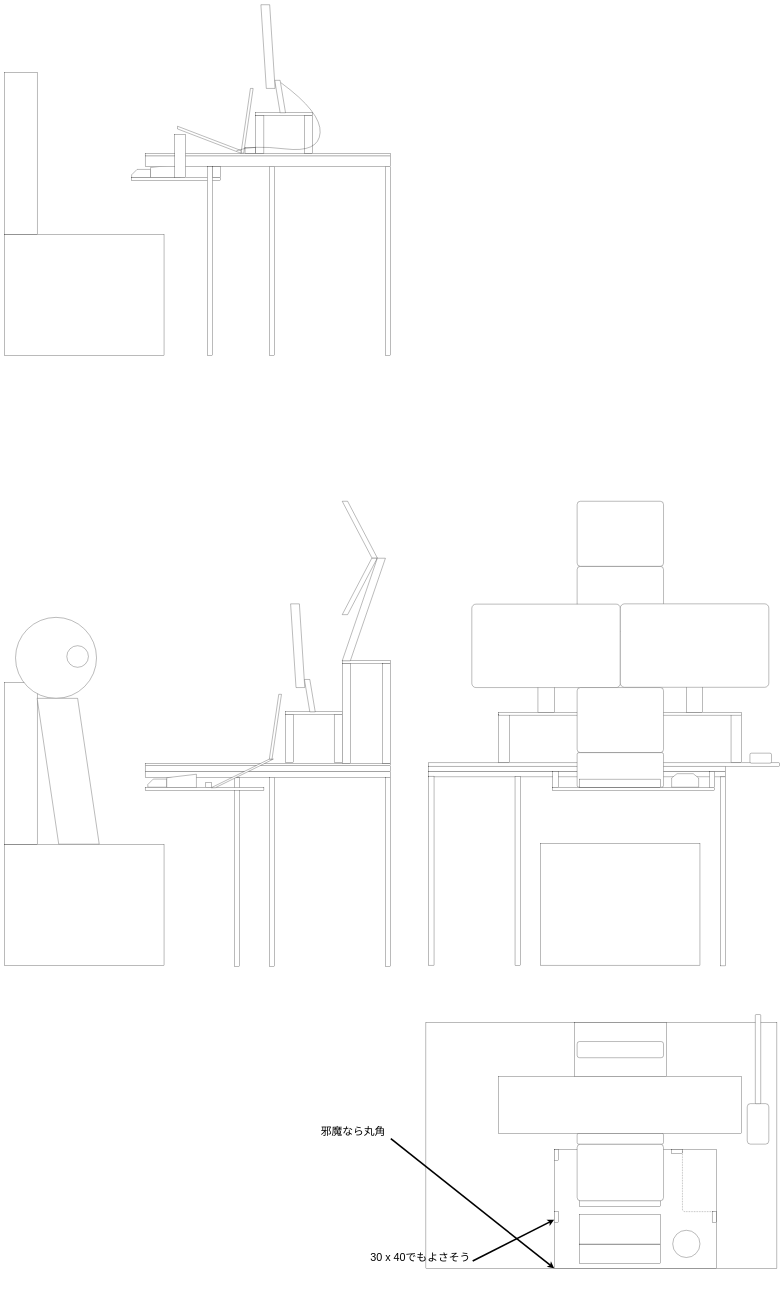
Earlier version of the draw.io diagram table.drawio (sendo-kakeru/diy). Source tidied: cells renumbered, new cells numbered last; positions are measured from the earlier drawing's top-left corner, leaving out a move shared by most shapes. Both pictures are drawn from the tidied source at 27%, with x=0, y=0 at pixel (5, 5).
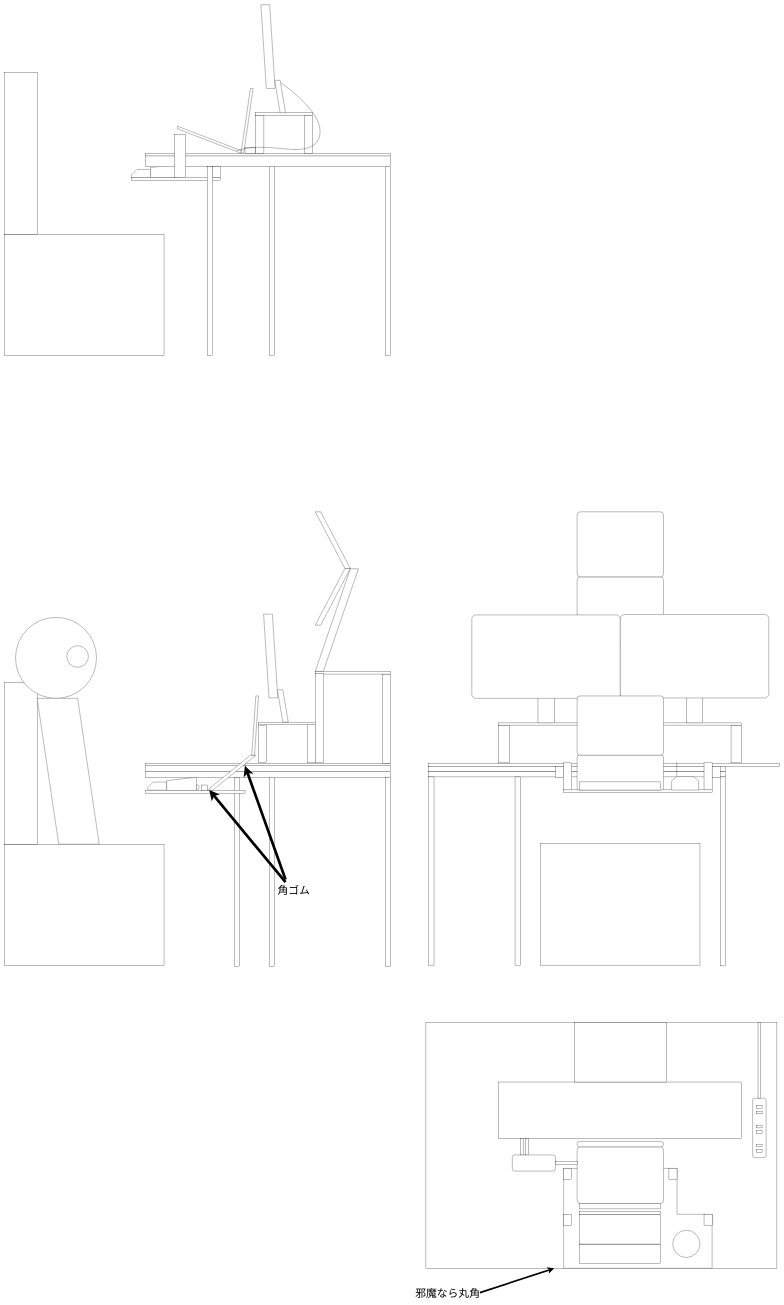
The same diagram, later.

Commit message (it also covers changes not shown here):
細部の数値の微調整

The edit, as a diff of the source:
```diff
@@
+    <mxCell id="3" style="rounded=0;whiteSpace=wrap;html=1;fillColor=default;flipH=0;" parent="1" vertex="1">
+      <mxGeometry x="1560" y="3770" width="1300" height="910" as="geometry" />
+    </mxCell>
+    <mxCell id="97" style="shape=corner;whiteSpace=wrap;html=1;dx=420;dy=200;flipV=1;" parent="1" vertex="1">
+      <mxGeometry x="2070" y="4310" width="550" height="370" as="geometry" />
+    </mxCell>
     <mxCell id="2" style="rounded=1;whiteSpace=wrap;html=1;fillColor=default;spacing=2;arcSize=5;flipH=0;" parent="1" vertex="1">
-      <mxGeometry x="2120" y="2080" width="320" height="241" as="geometry" />
+      <mxGeometry x="2120" y="2119" width="320" height="241" as="geometry" />
     </mxCell>
-    <mxCell id="3" style="rounded=0;whiteSpace=wrap;html=1;fillColor=default;flipH=0;" parent="1" vertex="1">
-      <mxGeometry x="1560" y="3770" width="1300" height="910" as="geometry" />
-    </mxCell>
-    <mxCell id="4" style="rounded=0;whiteSpace=wrap;html=1;fillColor=default;" parent="1" vertex="1">
-      <mxGeometry x="2035" y="4240" width="600" height="440" as="geometry" />
-    </mxCell>
@@
     <mxCell id="6" style="rounded=0;whiteSpace=wrap;html=1;fillColor=default;flipH=0;" parent="1" vertex="1">
-      <mxGeometry x="1570" y="2808" width="1300" height="12" as="geometry" />
+      <mxGeometry x="1570" y="2809" width="1300" height="12" as="geometry" />
     </mxCell>
     <mxCell id="7" style="rounded=0;whiteSpace=wrap;html=1;fillColor=default;flipH=0;" parent="1" vertex="1">
-      <mxGeometry x="1570" y="2820" width="1100" height="20" as="geometry" />
+      <mxGeometry x="1570" y="2821" width="1100" height="20" as="geometry" />
     </mxCell>
     <mxCell id="8" style="rounded=0;whiteSpace=wrap;html=1;fillColor=default;flipH=0;" parent="1" vertex="1">
-      <mxGeometry x="1570" y="2840" width="1100" height="20" as="geometry" />
+      <mxGeometry x="1570" y="2841" width="1100" height="19" as="geometry" />
     </mxCell>
@@
     <mxCell id="31" style="shape=card;whiteSpace=wrap;html=1;size=20;" parent="1" vertex="1">
-      <mxGeometry x="530" y="2868" width="70" height="30" as="geometry" />
+      <mxGeometry x="530" y="2879" width="70" height="30" as="geometry" />
     </mxCell>
     <mxCell id="32" style="shape=manualInput;whiteSpace=wrap;html=1;size=13;" parent="1" vertex="1">
-      <mxGeometry x="600" y="2850" width="110" height="50" as="geometry" />
+      <mxGeometry x="600" y="2861" width="110" height="50" as="geometry" />
     </mxCell>
     <mxCell id="33" style="rounded=0;whiteSpace=wrap;html=1;" parent="1" vertex="1">
-      <mxGeometry x="520" y="2899" width="440" height="10" as="geometry" />
+      <mxGeometry x="520" y="2910" width="370" height="10" as="geometry" />
     </mxCell>
@@
-    <mxCell id="40" style="shape=parallelogram;perimeter=parallelogramPerimeter;whiteSpace=wrap;html=1;fixedSize=1;size=215;" parent="1" vertex="1">
-      <mxGeometry x="765" y="2794" width="230" height="106" as="geometry" />
+    <mxCell id="40" style="shape=parallelogram;perimeter=parallelogramPerimeter;whiteSpace=wrap;html=1;fixedSize=1;size=160;" parent="1" vertex="1">
+      <mxGeometry x="750" y="2780" width="180" height="129" as="geometry" />
     </mxCell>
     <mxCell id="41" style="rounded=0;whiteSpace=wrap;html=1;" parent="1" vertex="1">
-      <mxGeometry x="745" y="2880" width="20" height="20" as="geometry" />
+      <mxGeometry x="730" y="2890" width="20" height="20" as="geometry" />
     </mxCell>
-    <mxCell id="42" style="shape=parallelogram;perimeter=parallelogramPerimeter;whiteSpace=wrap;html=1;fixedSize=1;size=35;" parent="1" vertex="1">
-      <mxGeometry x="980" y="2554" width="45" height="240" as="geometry" />
+    <mxCell id="42" style="shape=parallelogram;perimeter=parallelogramPerimeter;whiteSpace=wrap;html=1;fixedSize=1;size=15;" parent="1" vertex="1">
+      <mxGeometry x="915" y="2560" width="25" height="220" as="geometry" />
     </mxCell>
@@
     <mxCell id="46" style="rounded=0;whiteSpace=wrap;html=1;" parent="1" vertex="1">
-      <mxGeometry x="1040" y="2630" width="30" height="176" as="geometry" />
+      <mxGeometry x="940" y="2668" width="30" height="139" as="geometry" />
     </mxCell>
     <mxCell id="47" style="rounded=0;whiteSpace=wrap;html=1;" parent="1" vertex="1">
-      <mxGeometry x="1220" y="2630" width="30" height="176" as="geometry" />
+      <mxGeometry x="1120" y="2667" width="30" height="141" as="geometry" />
     </mxCell>
     <mxCell id="48" style="rounded=0;whiteSpace=wrap;html=1;fillColor=default;" parent="1" vertex="1">
-      <mxGeometry x="1040" y="2619" width="210" height="10" as="geometry" />
+      <mxGeometry x="940" y="2657" width="210" height="10" as="geometry" />
     </mxCell>
     <mxCell id="49" style="shape=parallelogram;perimeter=parallelogramPerimeter;whiteSpace=wrap;html=1;fixedSize=1;fillColor=default;flipH=1;" parent="1" vertex="1">
-      <mxGeometry x="1110" y="2499" width="40" height="120" as="geometry" />
+      <mxGeometry x="1010" y="2537" width="40" height="120" as="geometry" />
     </mxCell>
     <mxCell id="50" style="shape=parallelogram;perimeter=parallelogramPerimeter;whiteSpace=wrap;html=1;fixedSize=1;fillColor=default;flipH=1;" parent="1" vertex="1">
-      <mxGeometry x="1058.8" y="2219" width="52.5" height="310" as="geometry" />
+      <mxGeometry x="958.8" y="2257" width="52.5" height="310" as="geometry" />
     </mxCell>
@@
     <mxCell id="53" style="rounded=0;whiteSpace=wrap;html=1;fillColor=default;flipH=0;" parent="1" vertex="1">
-      <mxGeometry x="1830" y="2630" width="40" height="176" as="geometry" />
+      <mxGeometry x="1830" y="2668" width="40" height="140" as="geometry" />
     </mxCell>
     <mxCell id="54" style="rounded=0;whiteSpace=wrap;html=1;fillColor=default;flipH=0;" parent="1" vertex="1">
-      <mxGeometry x="2690" y="2630" width="40" height="176" as="geometry" />
+      <mxGeometry x="2690" y="2668" width="40" height="140" as="geometry" />
     </mxCell>
     <mxCell id="55" style="rounded=0;whiteSpace=wrap;html=1;fillColor=default;flipH=0;" parent="1" vertex="1">
-      <mxGeometry x="1830" y="2621" width="900" height="10" as="geometry" />
+      <mxGeometry x="1830" y="2660" width="900" height="8" as="geometry" />
     </mxCell>
     <mxCell id="56" style="rounded=0;whiteSpace=wrap;html=1;fillColor=default;flipH=0;" parent="1" vertex="1">
-      <mxGeometry x="1975" y="2499" width="60" height="122" as="geometry" />
+      <mxGeometry x="1975" y="2536" width="60" height="124" as="geometry" />
     </mxCell>
     <mxCell id="57" style="rounded=1;whiteSpace=wrap;html=1;fillColor=default;arcSize=5;flipH=0;" parent="1" vertex="1">
-      <mxGeometry x="1730" y="2220" width="550" height="309" as="geometry" />
+      <mxGeometry x="1730" y="2260" width="550" height="309" as="geometry" />
     </mxCell>
     <mxCell id="58" style="rounded=0;whiteSpace=wrap;html=1;fillColor=default;flipH=0;" parent="1" vertex="1">
-      <mxGeometry x="2525" y="2498" width="60" height="123" as="geometry" />
+      <mxGeometry x="2525" y="2535" width="60" height="125" as="geometry" />
     </mxCell>
     <mxCell id="59" style="rounded=1;whiteSpace=wrap;html=1;fillColor=default;arcSize=5;flipH=0;" parent="1" vertex="1">
-      <mxGeometry x="2280" y="2219" width="550" height="309" as="geometry" />
+      <mxGeometry x="2280" y="2258.5" width="550" height="309" as="geometry" />
     </mxCell>
     <mxCell id="60" style="rounded=1;whiteSpace=wrap;html=1;fillColor=default;spacing=2;arcSize=5;flipH=0;" parent="1" vertex="1">
-      <mxGeometry x="2120" y="2529" width="320" height="241" as="geometry" />
+      <mxGeometry x="2120" y="2560" width="320" height="220" as="geometry" />
     </mxCell>
     <mxCell id="61" style="rounded=0;whiteSpace=wrap;html=1;" parent="1" vertex="1">
-      <mxGeometry x="1890" y="2858" width="20" height="700" as="geometry" />
+      <mxGeometry x="1890" y="2860" width="20" height="698" as="geometry" />
     </mxCell>
     <mxCell id="62" style="rounded=0;whiteSpace=wrap;html=1;" parent="1" vertex="1">
-      <mxGeometry x="1570" y="2857" width="20" height="700" as="geometry" />
+      <mxGeometry x="1570" y="2860" width="20" height="697" as="geometry" />
     </mxCell>
     <mxCell id="63" style="rounded=0;whiteSpace=wrap;html=1;flipH=0;" parent="1" vertex="1">
-      <mxGeometry x="2030" y="2900" width="600" height="10" as="geometry" />
+      <mxGeometry x="2070" y="2908" width="550" height="10" as="geometry" />
     </mxCell>
     <mxCell id="64" style="shape=loopLimit;whiteSpace=wrap;html=1;flipH=0;" parent="1" vertex="1">
-      <mxGeometry x="2470" y="2848" width="100" height="50" as="geometry" />
+      <mxGeometry x="2470" y="2858.5" width="100" height="50" as="geometry" />
     </mxCell>
     <mxCell id="65" style="rounded=1;whiteSpace=wrap;html=1;fillColor=default;spacing=2;arcSize=5;flipH=0;" parent="1" vertex="1">
-      <mxGeometry x="2120" y="2770" width="320" height="128" as="geometry" />
+      <mxGeometry x="2120" y="2780" width="320" height="128.5" as="geometry" />
     </mxCell>
     <mxCell id="66" style="rounded=0;whiteSpace=wrap;html=1;flipH=0;" parent="1" vertex="1">
-      <mxGeometry x="2130" y="2868" width="300" height="30" as="geometry" />
+      <mxGeometry x="2130" y="2878.5" width="300" height="30" as="geometry" />
     </mxCell>
     <mxCell id="67" style="rounded=0;whiteSpace=wrap;html=1;fillColor=default;" parent="1" vertex="1">
-      <mxGeometry x="2030" y="2840" width="20" height="60" as="geometry" />
+      <mxGeometry x="2070" y="2808" width="30" height="100" as="geometry" />
     </mxCell>
     <mxCell id="68" style="rounded=0;whiteSpace=wrap;html=1;fillColor=default;flipH=0;" parent="1" vertex="1">
-      <mxGeometry x="2610" y="2840" width="20" height="60" as="geometry" />
+      <mxGeometry x="2590" y="2808" width="30" height="100" as="geometry" />
     </mxCell>
@@
     <mxCell id="71" style="rounded=0;whiteSpace=wrap;html=1;fillColor=default;" parent="1" vertex="1">
-      <mxGeometry x="2130" y="4430" width="300" height="20" as="geometry" />
+      <mxGeometry x="2130" y="4440" width="300" height="20" as="geometry" />
     </mxCell>
     <mxCell id="72" style="rounded=1;whiteSpace=wrap;html=1;fillColor=default;arcSize=6;" parent="1" vertex="1">
-      <mxGeometry x="2120" y="4220" width="320" height="210" as="geometry" />
+      <mxGeometry x="2120" y="4230" width="320" height="210" as="geometry" />
     </mxCell>
-    <mxCell id="73" style="rounded=1;whiteSpace=wrap;html=1;fillColor=default;" parent="1" vertex="1">
-      <mxGeometry x="2760" y="2772" width="80" height="37" as="geometry" />
-    </mxCell>
-    <mxCell id="74" style="rounded=1;whiteSpace=wrap;html=1;fillColor=default;" parent="1" vertex="1">
-      <mxGeometry x="2120" y="4180" width="320" height="40" as="geometry" />
+    <mxCell id="74" style="rounded=1;whiteSpace=wrap;html=1;fillColor=default;arcSize=50;" parent="1" vertex="1">
+      <mxGeometry x="2120" y="4210" width="320" height="20" as="geometry" />
     </mxCell>
@@
-    <mxCell id="76" style="rounded=0;whiteSpace=wrap;html=1;fillColor=default;" parent="1" vertex="1">
-      <mxGeometry x="2035" y="4470" width="15" height="40" as="geometry" />
-    </mxCell>
-    <mxCell id="77" style="rounded=0;whiteSpace=wrap;html=1;fillColor=default;" parent="1" vertex="1">
-      <mxGeometry x="2470" y="4240" width="40" height="15" as="geometry" />
-    </mxCell>
-    <mxCell id="78" style="endArrow=none;dashed=1;html=1;rounded=1;" parent="1" edge="1">
-      <mxGeometry relative="1" as="geometry">
-        <mxPoint x="2628" y="4470" as="sourcePoint" />
-        <mxPoint x="2510" y="4240" as="targetPoint" />
-        <Array as="points">
-          <mxPoint x="2510" y="4470" />
-        </Array>
-      </mxGeometry>
-    </mxCell>
     <mxCell id="79" style="rounded=0;whiteSpace=wrap;html=1;fillColor=default;" parent="1" vertex="1">
-      <mxGeometry x="2035" y="4240" width="15" height="40" as="geometry" />
+      <mxGeometry x="2070" y="4310" width="30" height="40" as="geometry" />
     </mxCell>
-    <mxCell id="80" style="rounded=0;whiteSpace=wrap;html=1;fillColor=default;" parent="1" vertex="1">
-      <mxGeometry x="2620" y="4470" width="15" height="40" as="geometry" />
-    </mxCell>
     <mxCell id="81" style="rounded=0;whiteSpace=wrap;html=1;fillColor=default;" parent="1" vertex="1">
-      <mxGeometry x="1830" y="3970" width="900" height="210" as="geometry" />
+      <mxGeometry x="1830" y="3990" width="900" height="210" as="geometry" />
     </mxCell>
-    <mxCell id="82" style="rounded=1;whiteSpace=wrap;html=1;fillColor=default;" parent="1" vertex="1">
-      <mxGeometry x="2750" y="4070" width="80" height="150" as="geometry" />
-    </mxCell>
-    <mxCell id="83" style="rounded=1;whiteSpace=wrap;html=1;fontSize=40;fillColor=default;" parent="1" vertex="1">
-      <mxGeometry x="2780" y="3740" width="20" height="330" as="geometry" />
-    </mxCell>
-    <mxCell id="84" style="endArrow=classic;html=1;rounded=1;strokeWidth=6;fontSize=40;jumpSize=6;exitX=0.998;exitY=0.716;exitDx=0;exitDy=0;exitPerimeter=0;entryX=0;entryY=0.75;entryDx=0;entryDy=0;" parent="1" edge="1" source="85" target="76">
-      <mxGeometry relative="1" as="geometry" />
-    </mxCell>
-    <mxCell id="85" value="30 x 40でもよさそう" style="text;html=1;align=center;verticalAlign=middle;points=[];strokeColor=none;fillColor=none;fontSize=40;" parent="1" vertex="1">
-      <mxGeometry x="1344" y="4610" width="390" height="60" as="geometry" />
-    </mxCell>
-    <mxCell id="86" style="endArrow=classic;html=1;rounded=1;strokeWidth=6;fontSize=40;jumpSize=6;entryX=0;entryY=1;entryDx=0;entryDy=0;" parent="1" edge="1" target="4">
+    <mxCell id="86" style="endArrow=classic;html=1;rounded=1;strokeWidth=6;fontSize=40;jumpSize=6;entryX=0;entryY=1;entryDx=0;entryDy=0;" parent="1" edge="1">
       <mxGeometry relative="1" as="geometry">
-        <mxPoint x="1430" y="4200" as="sourcePoint" />
+        <mxPoint x="1760" y="4770" as="sourcePoint" />
+        <mxPoint x="2035" y="4680" as="targetPoint" />
       </mxGeometry>
     </mxCell>
     <mxCell id="87" value="邪魔なら丸角" style="text;html=1;align=center;verticalAlign=middle;strokeColor=none;fillColor=none;fontSize=40;" parent="1" vertex="1">
-      <mxGeometry x="1160" y="4140" width="260" height="60" as="geometry" />
+      <mxGeometry x="1510" y="4740" width="260" height="60" as="geometry" />
     </mxCell>
     <mxCell id="88" style="rounded=0;whiteSpace=wrap;html=1;fontSize=40;fillColor=default;" parent="1" vertex="1">
-      <mxGeometry x="1250" y="2430" width="180" height="10" as="geometry" />
+      <mxGeometry x="1150" y="2469" width="280" height="10" as="geometry" />
     </mxCell>
     <mxCell id="89" style="shape=parallelogram;perimeter=parallelogramPerimeter;whiteSpace=wrap;html=1;fixedSize=1;fontSize=40;fillColor=default;size=110;" parent="1" vertex="1">
-      <mxGeometry x="1250" y="2049" width="130" height="210" as="geometry" />
+      <mxGeometry x="1150" y="2088" width="130" height="210" as="geometry" />
     </mxCell>
     <mxCell id="90" style="shape=parallelogram;perimeter=parallelogramPerimeter;whiteSpace=wrap;html=1;fixedSize=1;fontSize=40;fillColor=default;size=110;flipH=1;" parent="1" vertex="1">
-      <mxGeometry x="1250" y="1839" width="130" height="210" as="geometry" />
+      <mxGeometry x="1150" y="1878" width="130" height="210" as="geometry" />
     </mxCell>
     <mxCell id="91" style="rounded=0;whiteSpace=wrap;html=1;" parent="1" vertex="1">
-      <mxGeometry x="1250" y="2440" width="30" height="370" as="geometry" />
+      <mxGeometry x="1150" y="2478" width="30" height="330" as="geometry" />
     </mxCell>
     <mxCell id="92" style="rounded=0;whiteSpace=wrap;html=1;" parent="1" vertex="1">
-      <mxGeometry x="1400" y="2440" width="30" height="369" as="geometry" />
+      <mxGeometry x="1400" y="2480" width="30" height="329" as="geometry" />
     </mxCell>
     <mxCell id="93" style="rounded=1;whiteSpace=wrap;html=1;fillColor=default;spacing=2;arcSize=5;flipH=0;" parent="1" vertex="1">
-      <mxGeometry x="2120" y="1839" width="320" height="241" as="geometry" />
+      <mxGeometry x="2120" y="1878" width="320" height="241" as="geometry" />
     </mxCell>
     <mxCell id="94" style="rounded=0;whiteSpace=wrap;html=1;fontSize=40;fillColor=default;" parent="1" vertex="1">
-      <mxGeometry x="2110" y="3770" width="340" height="200" as="geometry" />
+      <mxGeometry x="2110" y="3770" width="340" height="220" as="geometry" />
     </mxCell>
-    <mxCell id="95" style="rounded=1;whiteSpace=wrap;html=1;fontSize=40;fillColor=default;" parent="1" vertex="1">
-      <mxGeometry x="2120" y="3840" width="320" height="60" as="geometry" />
-    </mxCell>
     <mxCell id="96" style="shape=parallelogram;perimeter=parallelogramPerimeter;whiteSpace=wrap;html=1;fixedSize=1;fontSize=40;fillColor=default;size=130;" parent="1" vertex="1">
-      <mxGeometry x="1250" y="2050" width="160" height="380" as="geometry" />
+      <mxGeometry x="1150" y="2089" width="160" height="380" as="geometry" />
     </mxCell>
+    <mxCell id="98" style="shape=or;whiteSpace=wrap;html=1;" parent="1" vertex="1">
+      <mxGeometry x="710" y="2889" width="10" height="20" as="geometry" />
+    </mxCell>
+    <mxCell id="99" style="endArrow=none;html=1;" parent="1" edge="1">
+      <mxGeometry relative="1" as="geometry">
+        <mxPoint x="890" y="2861" as="sourcePoint" />
+        <mxPoint x="890" y="2811" as="targetPoint" />
+      </mxGeometry>
+    </mxCell>
+    <mxCell id="100" style="endArrow=none;html=1;" parent="1" edge="1">
+      <mxGeometry relative="1" as="geometry">
+        <mxPoint x="2488.9" y="2857" as="sourcePoint" />
+        <mxPoint x="2488.9" y="2805" as="targetPoint" />
+      </mxGeometry>
+    </mxCell>
+    <mxCell id="101" style="rounded=0;whiteSpace=wrap;html=1;" parent="1" vertex="1">
+      <mxGeometry x="2040" y="2821" width="30" height="40" as="geometry" />
+    </mxCell>
+    <mxCell id="102" style="rounded=0;whiteSpace=wrap;html=1;" parent="1" vertex="1">
+      <mxGeometry x="2620" y="2821" width="30" height="40" as="geometry" />
+    </mxCell>
+    <mxCell id="103" style="rounded=0;whiteSpace=wrap;html=1;fillColor=default;" parent="1" vertex="1">
+      <mxGeometry x="2130" y="4470" width="300" height="10" as="geometry" />
+    </mxCell>
+    <mxCell id="104" style="rounded=0;whiteSpace=wrap;html=1;fillColor=default;" parent="1" vertex="1">
+      <mxGeometry x="2460" y="4310" width="30" height="40" as="geometry" />
+    </mxCell>
+    <mxCell id="105" style="rounded=0;whiteSpace=wrap;html=1;fillColor=default;" parent="1" vertex="1">
+      <mxGeometry x="2590" y="4480" width="30" height="40" as="geometry" />
+    </mxCell>
+    <mxCell id="106" style="rounded=0;whiteSpace=wrap;html=1;fillColor=default;" parent="1" vertex="1">
+      <mxGeometry x="2070" y="4480" width="30" height="40" as="geometry" />
+    </mxCell>
+    <mxCell id="107" style="rounded=1;whiteSpace=wrap;html=1;" parent="1" vertex="1">
+      <mxGeometry x="1880" y="4260" width="160" height="60" as="geometry" />
+    </mxCell>
+    <mxCell id="108" style="rounded=0;whiteSpace=wrap;html=1;" parent="1" vertex="1">
+      <mxGeometry x="2040" y="4285" width="80" height="10" as="geometry" />
+    </mxCell>
+    <mxCell id="109" style="rounded=0;whiteSpace=wrap;html=1;" parent="1" vertex="1">
+      <mxGeometry x="1910" y="4200" width="10" height="60" as="geometry" />
+    </mxCell>
+    <mxCell id="110" style="rounded=0;whiteSpace=wrap;html=1;" parent="1" vertex="1">
+      <mxGeometry x="1930" y="4200" width="10" height="60" as="geometry" />
+    </mxCell>
+    <mxCell id="111" style="rounded=1;whiteSpace=wrap;html=1;" parent="1" vertex="1">
+      <mxGeometry x="2770" y="4050" width="50" height="220" as="geometry" />
+    </mxCell>
+    <mxCell id="112" style="rounded=0;whiteSpace=wrap;html=1;" parent="1" vertex="1">
+      <mxGeometry x="2785" y="4150" width="20" height="10" as="geometry" />
+    </mxCell>
+    <mxCell id="113" style="rounded=0;whiteSpace=wrap;html=1;" parent="1" vertex="1">
+      <mxGeometry x="2785" y="4170" width="20" height="10" as="geometry" />
+    </mxCell>
+    <mxCell id="114" style="rounded=0;whiteSpace=wrap;html=1;" parent="1" vertex="1">
+      <mxGeometry x="2785" y="4098" width="20" height="10" as="geometry" />
+    </mxCell>
+    <mxCell id="115" style="rounded=0;whiteSpace=wrap;html=1;" parent="1" vertex="1">
+      <mxGeometry x="2785" y="4078" width="20" height="10" as="geometry" />
+    </mxCell>
+    <mxCell id="116" style="rounded=0;whiteSpace=wrap;html=1;" parent="1" vertex="1">
+      <mxGeometry x="2785" y="4220" width="20" height="10" as="geometry" />
+    </mxCell>
+    <mxCell id="117" style="rounded=0;whiteSpace=wrap;html=1;" parent="1" vertex="1">
+      <mxGeometry x="2785" y="4240" width="20" height="10" as="geometry" />
+    </mxCell>
+    <mxCell id="118" style="rounded=0;whiteSpace=wrap;html=1;" parent="1" vertex="1">
+      <mxGeometry x="2790" y="3770" width="10" height="280" as="geometry" />
+    </mxCell>
+    <mxCell id="119" style="endArrow=classic;html=1;entryX=0.641;entryY=-0.2;entryDx=0;entryDy=0;entryPerimeter=0;strokeWidth=10;" parent="1" edge="1" target="33">
+      <mxGeometry relative="1" as="geometry">
+        <mxPoint x="1040" y="3250" as="sourcePoint" />
+      </mxGeometry>
+    </mxCell>
+    <mxCell id="120" style="endArrow=classic;html=1;entryX=0.641;entryY=-0.2;entryDx=0;entryDy=0;entryPerimeter=0;strokeWidth=10;" parent="1" edge="1">
+      <mxGeometry relative="1" as="geometry">
+        <mxPoint x="1040" y="3240" as="sourcePoint" />
+        <mxPoint x="890" y="2819" as="targetPoint" />
+      </mxGeometry>
+    </mxCell>
+    <mxCell id="121" value="&lt;span style=&quot;font-size: 40px;&quot;&gt;角ゴム&lt;/span&gt;" style="text;html=1;align=center;verticalAlign=middle;strokeColor=none;fillColor=none;" parent="1" vertex="1">
+      <mxGeometry x="1000" y="3250" width="140" height="60" as="geometry" />
+    </mxCell>
```
